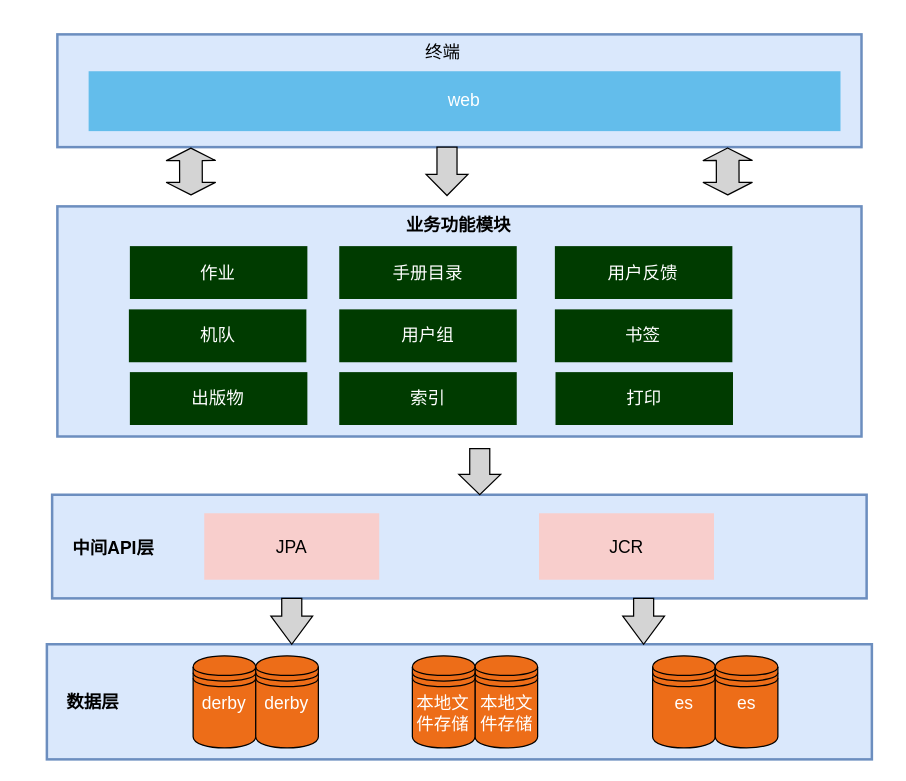
Before: 设计相关/现有系统问题.drawio in DemonHan/KuickBuy, a draw.io diagram. Source tidied: cells renumbered, new cells numbered last; positions are measured from the earlier drawing's top-left corner, leaving out a move shared by most shapes. Both pictures are drawn from the tidied source at 125%, with x=0, y=0 at pixel (46, 34).
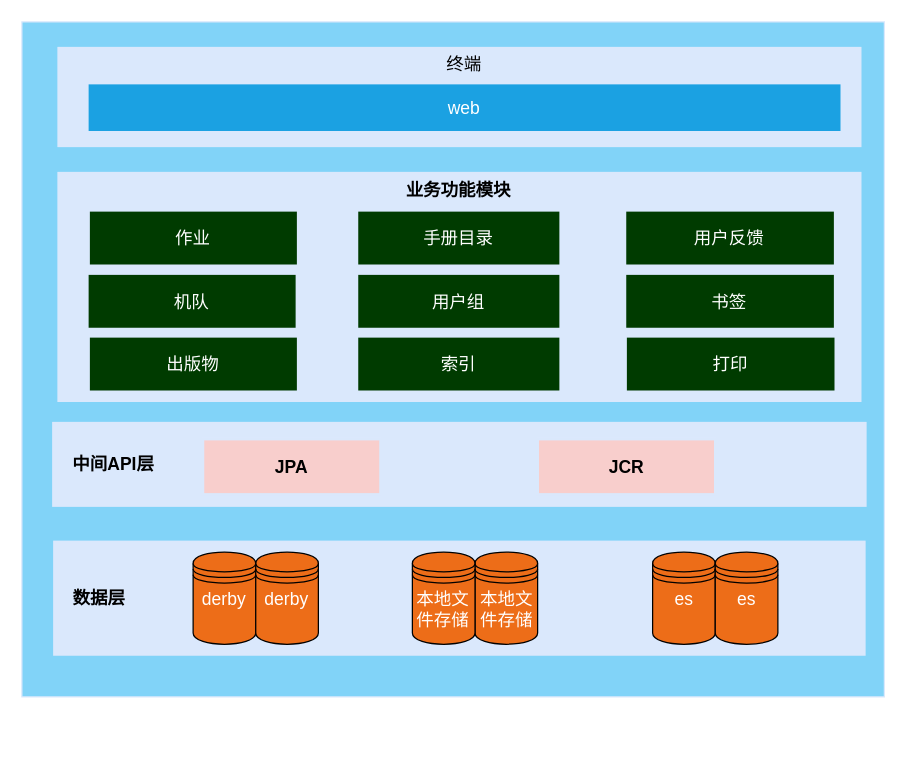
After the change.

Commit message (it also covers changes not shown here):
更新现有系统问题.drawio

Change to the diagram source:
```diff
@@
+    <mxCell id="35" style="rounded=0;whiteSpace=wrap;html=1;strokeColor=#dae8fc;fontSize=14;fillColor=#81D3F8;" parent="1" vertex="1">
+      <mxGeometry x="-20" y="-10" width="690" height="540" as="geometry" />
+    </mxCell>
-    <mxCell id="2" style="rounded=0;whiteSpace=wrap;html=1;strokeWidth=2;fillColor=#dae8fc;strokeColor=#6c8ebf;" parent="1" vertex="1">
-      <mxGeometry x="4.2" y="368.3" width="651.6" height="82.9" as="geometry" />
+    <mxCell id="2" style="rounded=0;whiteSpace=wrap;html=1;strokeWidth=2;fillColor=#dae8fc;strokeColor=none;" parent="1" vertex="1">
+      <mxGeometry x="4.2" y="310" width="651.6" height="68" as="geometry" />
     </mxCell>
-    <mxCell id="3" style="rounded=0;whiteSpace=wrap;html=1;strokeWidth=2;fillColor=#dae8fc;strokeColor=#6c8ebf;" parent="1" vertex="1">
-      <mxGeometry x="8.4" width="643.3" height="90.2" as="geometry" />
+    <mxCell id="3" style="rounded=0;whiteSpace=wrap;html=1;strokeWidth=2;fillColor=#dae8fc;strokeColor=none;" parent="1" vertex="1">
+      <mxGeometry x="8.4" y="10" width="643.3" height="80.2" as="geometry" />
     </mxCell>
-    <mxCell id="4" value="　数据层" style="rounded=0;whiteSpace=wrap;html=1;strokeWidth=2;align=left;fontSize=14;fontStyle=1;fillColor=#dae8fc;strokeColor=#6c8ebf;" parent="1" vertex="1">
-      <mxGeometry y="487.9" width="660" height="92.1" as="geometry" />
+    <mxCell id="4" value="　数据层" style="rounded=0;whiteSpace=wrap;html=1;strokeWidth=2;align=left;fontSize=14;fontStyle=1;fillColor=#dae8fc;strokeColor=none;" parent="1" vertex="1">
+      <mxGeometry x="5" y="405" width="650" height="92.1" as="geometry" />
     </mxCell>
-    <mxCell id="5" value="业务功能模块" style="rounded=0;whiteSpace=wrap;html=1;strokeWidth=2;verticalAlign=top;fontSize=14;fontStyle=1;fillColor=#dae8fc;strokeColor=#6c8ebf;" parent="1" vertex="1">
-      <mxGeometry x="8.4" y="137.6" width="643.3" height="184.1" as="geometry" />
+    <mxCell id="5" value="业务功能模块" style="rounded=0;whiteSpace=wrap;html=1;strokeWidth=2;verticalAlign=top;fontSize=14;fontStyle=1;fillColor=#dae8fc;strokeColor=none;" parent="1" vertex="1">
+      <mxGeometry x="8.4" y="110" width="643.3" height="184.1" as="geometry" />
     </mxCell>
-    <mxCell id="6" value="作业" style="rounded=0;whiteSpace=wrap;html=1;dashed=1;strokeWidth=2;fillColor=#003B00;fontSize=14;fontColor=#FFFFFF;strokeColor=none;" parent="1" vertex="1">
-      <mxGeometry x="66.4" y="169.4" width="142" height="42.3" as="geometry" />
-    </mxCell>
-    <mxCell id="7" value="机队" style="rounded=0;whiteSpace=wrap;html=1;dashed=1;strokeWidth=2;fillColor=#003B00;fontSize=14;fontColor=#FFFFFF;strokeColor=none;" parent="1" vertex="1">
-      <mxGeometry x="65.6" y="220" width="142" height="42.3" as="geometry" />
-    </mxCell>
-    <mxCell id="8" value="出版物" style="rounded=0;whiteSpace=wrap;html=1;dashed=1;strokeWidth=2;fillColor=#003B00;fontSize=14;fontColor=#FFFFFF;strokeColor=none;" parent="1" vertex="1">
-      <mxGeometry x="66.4" y="270.2" width="142" height="42.3" as="geometry" />
-    </mxCell>
-    <mxCell id="9" value="web" style="rounded=0;whiteSpace=wrap;html=1;dashed=1;strokeWidth=2;fillColor=#63BDEB;fontSize=14;fontColor=#FFFFFF;strokeColor=none;" parent="1" vertex="1">
-      <mxGeometry x="33.4" y="29.5" width="601.5" height="47.9" as="geometry" />
+    <mxCell id="9" value="web" style="rounded=0;whiteSpace=wrap;html=1;strokeWidth=2;fillColor=#1ba1e2;fontSize=14;fontColor=#ffffff;strokeColor=none;" parent="1" vertex="1">
+      <mxGeometry x="33.4" y="40" width="601.5" height="37.3" as="geometry" />
     </mxCell>
-    <mxCell id="10" value="JCR" style="rounded=0;whiteSpace=wrap;html=1;strokeWidth=2;fontSize=14;fillColor=#f8cecc;strokeColor=#dae8fc;" parent="1" vertex="1">
-      <mxGeometry x="392.7" y="382.1" width="142" height="55.2" as="geometry" />
+    <mxCell id="10" value="&lt;b&gt;JCR&lt;/b&gt;" style="rounded=0;whiteSpace=wrap;html=1;strokeWidth=2;fontSize=14;fillColor=#f8cecc;strokeColor=#dae8fc;" parent="1" vertex="1">
+      <mxGeometry x="392.7" y="323.8" width="142" height="44.2" as="geometry" />
     </mxCell>
     <mxCell id="11" style="group;" parent="1" vertex="1">
-      <mxGeometry x="292.4" y="497.1" width="100.3" height="73.7" as="geometry" />
+      <mxGeometry x="292.4" y="414.2" width="100.3" height="73.7" as="geometry" />
     </mxCell>
@@
     <mxCell id="14" style="group;" parent="1" vertex="1">
-      <mxGeometry x="117" y="497.1" width="100.3" height="73.7" as="geometry" />
+      <mxGeometry x="117" y="414.2" width="100.3" height="73.7" as="geometry" />
     </mxCell>
@@
-    <mxCell id="17" style="shape=flexArrow;endArrow=classic;startArrow=classic;html=1;fontSize=14;fontColor=#FFFFFF;width=18.13953488372093;startSize=2.988571428571429;endSize=2.988571428571429;entryX=0.166;entryY=1.003;entryDx=0;entryDy=0;entryPerimeter=0;fillColor=#D4D4D4;" parent="1" edge="1" target="3">
-      <mxGeometry relative="1" as="geometry">
-        <mxPoint x="115.3" y="128.9" as="sourcePoint" />
-      </mxGeometry>
-    </mxCell>
-    <mxCell id="18" style="shape=flexArrow;endArrow=classic;startArrow=classic;html=1;fontSize=14;fontColor=#FFFFFF;width=18.13953488372093;startSize=2.988571428571429;endSize=2.988571428571429;entryX=0.166;entryY=1.003;entryDx=0;entryDy=0;entryPerimeter=0;fillColor=#D4D4D4;" parent="1" edge="1">
-      <mxGeometry relative="1" as="geometry">
-        <mxPoint x="544.7" y="128.9" as="sourcePoint" />
-        <mxPoint x="544.6" y="90.4" as="targetPoint" />
-      </mxGeometry>
-    </mxCell>
-    <mxCell id="19" style="html=1;shadow=0;dashed=0;align=center;verticalAlign=middle;shape=mxgraph.arrows2.arrow;dy=0.52;dx=22.43;direction=south;notch=0;strokeWidth=1;fillColor=#D4D4D4;fontSize=14;fontColor=#FFFFFF;" parent="1" vertex="1">
-      <mxGeometry x="179.2" y="451.1" width="33.4" height="36.8" as="geometry" />
-    </mxCell>
-    <mxCell id="20" style="html=1;shadow=0;dashed=0;align=center;verticalAlign=middle;shape=mxgraph.arrows2.arrow;dy=0.52;dx=22.43;direction=south;notch=0;strokeWidth=1;fillColor=#D4D4D4;fontSize=14;fontColor=#FFFFFF;" parent="1" vertex="1">
-      <mxGeometry x="460.7" y="451.1" width="33.4" height="36.8" as="geometry" />
-    </mxCell>
-    <mxCell id="21" style="html=1;shadow=0;dashed=0;align=center;verticalAlign=middle;shape=mxgraph.arrows2.arrow;dy=0.52;dx=16.13;direction=south;notch=0;strokeWidth=1;fillColor=#D4D4D4;fontSize=14;fontColor=#FFFFFF;" parent="1" vertex="1">
-      <mxGeometry x="329.6" y="331.4" width="33.4" height="36.8" as="geometry" />
-    </mxCell>
-    <mxCell id="22" style="html=1;shadow=0;dashed=0;align=center;verticalAlign=middle;shape=mxgraph.arrows2.arrow;dy=0.52;dx=16.84;direction=south;notch=0;strokeWidth=1;fillColor=#D4D4D4;fontSize=14;fontColor=#FFFFFF;" parent="1" vertex="1">
-      <mxGeometry x="303.4" y="90.2" width="33.4" height="38.7" as="geometry" />
-    </mxCell>
-    <mxCell id="23" value="JPA" style="rounded=0;whiteSpace=wrap;html=1;strokeWidth=2;fontSize=14;fillColor=#f8cecc;strokeColor=#dae8fc;" parent="1" vertex="1">
-      <mxGeometry x="124.9" y="382.1" width="142" height="55.2" as="geometry" />
+    <mxCell id="23" value="&lt;b&gt;JPA&lt;/b&gt;" style="rounded=0;whiteSpace=wrap;html=1;strokeWidth=2;fontSize=14;fillColor=#f8cecc;strokeColor=#dae8fc;" parent="1" vertex="1">
+      <mxGeometry x="124.9" y="323.8" width="142" height="44.2" as="geometry" />
     </mxCell>
     <mxCell id="24" value="&lt;font style=&quot;font-size: 14px;&quot;&gt;&lt;b&gt;中间API层&lt;/b&gt;&lt;/font&gt;" style="text;html=1;align=center;verticalAlign=middle;strokeColor=none;fillColor=none;" parent="1" vertex="1">
-      <mxGeometry x="8.4" y="395.9" width="90" height="30" as="geometry" />
+      <mxGeometry x="8.4" y="329" width="90" height="30" as="geometry" />
     </mxCell>
+    <mxCell id="29" style="group;" parent="1" vertex="1">
+      <mxGeometry x="484.6" y="414.2" width="100.3" height="73.7" as="geometry" />
+    </mxCell>
+    <mxCell id="30" value="es" style="shape=datastore;whiteSpace=wrap;html=1;strokeWidth=1;fillColor=#ED6D18;fontSize=14;fontColor=#FFFFFF;verticalAlign=top;" parent="29" vertex="1">
+      <mxGeometry width="50.1" height="73.7" as="geometry" />
+    </mxCell>
+    <mxCell id="31" value="es" style="shape=datastore;whiteSpace=wrap;html=1;strokeWidth=1;fillColor=#ED6D18;fontSize=14;fontColor=#FFFFFF;verticalAlign=top;" parent="29" vertex="1">
+      <mxGeometry x="50.1" width="50.1" height="73.7" as="geometry" />
+    </mxCell>
+    <mxCell id="34" value="终端" style="text;html=1;strokeColor=none;fillColor=none;align=center;verticalAlign=middle;whiteSpace=wrap;rounded=0;fontSize=14;" parent="1" vertex="1">
+      <mxGeometry x="309.1" y="10" width="50.1" height="27.6" as="geometry" />
+    </mxCell>
+    <mxCell id="36" style="group;" parent="1" vertex="1">
+      <mxGeometry x="463.5" y="141.8" width="166.5" height="143.2" as="geometry" />
+    </mxCell>
+    <mxCell id="28" value="用户反馈" style="rounded=0;whiteSpace=wrap;html=1;dashed=1;strokeWidth=2;fillColor=#003B00;fontSize=14;fontColor=#FFFFFF;strokeColor=none;" parent="36" vertex="1">
+      <mxGeometry width="166.1" height="42.3" as="geometry" />
+    </mxCell>
+    <mxCell id="32" value="书签" style="rounded=0;whiteSpace=wrap;html=1;dashed=1;strokeWidth=2;fillColor=#003B00;fontSize=14;fontColor=#FFFFFF;strokeColor=none;" parent="36" vertex="1">
+      <mxGeometry y="50.6" width="166.1" height="42.3" as="geometry" />
+    </mxCell>
+    <mxCell id="33" value="打印" style="rounded=0;whiteSpace=wrap;html=1;dashed=1;strokeWidth=2;fillColor=#003B00;fontSize=14;fontColor=#FFFFFF;strokeColor=none;" parent="36" vertex="1">
+      <mxGeometry x="0.5" y="100.8" width="166.1" height="42.3" as="geometry" />
+    </mxCell>
+    <mxCell id="37" style="group;" parent="1" vertex="1">
+      <mxGeometry x="249.1" y="141.8" width="160.9" height="143.2" as="geometry" />
+    </mxCell>
-    <mxCell id="25" value="手册目录" style="rounded=0;whiteSpace=wrap;html=1;dashed=1;strokeWidth=2;fillColor=#003B00;fontSize=14;fontColor=#FFFFFF;strokeColor=none;" parent="1" vertex="1">
-      <mxGeometry x="233.9" y="169.4" width="142" height="42.3" as="geometry" />
+    <mxCell id="25" value="手册目录" style="rounded=0;whiteSpace=wrap;html=1;dashed=1;strokeWidth=2;fillColor=#003B00;fontSize=14;fontColor=#FFFFFF;strokeColor=none;" parent="37" vertex="1">
+      <mxGeometry width="160.9" height="42.3" as="geometry" />
     </mxCell>
-    <mxCell id="26" value="用户组" style="rounded=0;whiteSpace=wrap;html=1;dashed=1;strokeWidth=2;fillColor=#003B00;fontSize=14;fontColor=#FFFFFF;strokeColor=none;" parent="1" vertex="1">
-      <mxGeometry x="233.9" y="220" width="142" height="42.3" as="geometry" />
+    <mxCell id="26" value="用户组" style="rounded=0;whiteSpace=wrap;html=1;dashed=1;strokeWidth=2;fillColor=#003B00;fontSize=14;fontColor=#FFFFFF;strokeColor=none;" parent="37" vertex="1">
+      <mxGeometry y="50.6" width="160.9" height="42.3" as="geometry" />
     </mxCell>
-    <mxCell id="27" value="索引" style="rounded=0;whiteSpace=wrap;html=1;dashed=1;strokeWidth=2;fillColor=#003B00;fontSize=14;fontColor=#FFFFFF;strokeColor=none;" parent="1" vertex="1">
-      <mxGeometry x="233.9" y="270.2" width="142" height="42.3" as="geometry" />
+    <mxCell id="27" value="索引" style="rounded=0;whiteSpace=wrap;html=1;dashed=1;strokeWidth=2;fillColor=#003B00;fontSize=14;fontColor=#FFFFFF;strokeColor=none;" parent="37" vertex="1">
+      <mxGeometry y="100.8" width="160.9" height="42.3" as="geometry" />
     </mxCell>
-    <mxCell id="28" value="用户反馈" style="rounded=0;whiteSpace=wrap;html=1;dashed=1;strokeWidth=2;fillColor=#003B00;fontSize=14;fontColor=#FFFFFF;strokeColor=none;" parent="1" vertex="1">
-      <mxGeometry x="406.4" y="169.4" width="142" height="42.3" as="geometry" />
-    </mxCell>
-    <mxCell id="29" style="group;" parent="1" vertex="1">
-      <mxGeometry x="484.6" y="497.1" width="100.3" height="73.7" as="geometry" />
-    </mxCell>
-    <mxCell id="30" value="es" style="shape=datastore;whiteSpace=wrap;html=1;strokeWidth=1;fillColor=#ED6D18;fontSize=14;fontColor=#FFFFFF;verticalAlign=top;" parent="29" vertex="1">
-      <mxGeometry width="50.1" height="73.7" as="geometry" />
-    </mxCell>
-    <mxCell id="31" value="es" style="shape=datastore;whiteSpace=wrap;html=1;strokeWidth=1;fillColor=#ED6D18;fontSize=14;fontColor=#FFFFFF;verticalAlign=top;" parent="29" vertex="1">
-      <mxGeometry x="50.1" width="50.1" height="73.7" as="geometry" />
-    </mxCell>
-    <mxCell id="32" value="书签" style="rounded=0;whiteSpace=wrap;html=1;dashed=1;strokeWidth=2;fillColor=#003B00;fontSize=14;fontColor=#FFFFFF;strokeColor=none;" parent="1" vertex="1">
-      <mxGeometry x="406.4" y="220" width="142" height="42.3" as="geometry" />
-    </mxCell>
-    <mxCell id="33" value="打印" style="rounded=0;whiteSpace=wrap;html=1;dashed=1;strokeWidth=2;fillColor=#003B00;fontSize=14;fontColor=#FFFFFF;strokeColor=none;" parent="1" vertex="1">
-      <mxGeometry x="406.9" y="270.2" width="142" height="42.3" as="geometry" />
-    </mxCell>
-    <mxCell id="34" value="终端" style="text;html=1;strokeColor=none;fillColor=none;align=center;verticalAlign=middle;whiteSpace=wrap;rounded=0;fontSize=14;" parent="1" vertex="1">
-      <mxGeometry x="292.4" width="50.1" height="27.6" as="geometry" />
-    </mxCell>
+    <mxCell id="38" style="group;" parent="1" vertex="1">
+      <mxGeometry x="33.4" y="141.8" width="166.6" height="143.2" as="geometry" />
+    </mxCell>
+    <mxCell id="6" value="作业" style="rounded=0;whiteSpace=wrap;html=1;dashed=1;strokeWidth=2;fillColor=#003B00;fontSize=14;fontColor=#FFFFFF;strokeColor=none;" parent="38" vertex="1">
+      <mxGeometry x="1" width="165.6" height="42.3" as="geometry" />
+    </mxCell>
+    <mxCell id="7" value="机队" style="rounded=0;whiteSpace=wrap;html=1;dashed=1;strokeWidth=2;fillColor=#003B00;fontSize=14;fontColor=#FFFFFF;strokeColor=none;" parent="38" vertex="1">
+      <mxGeometry y="50.6" width="165.6" height="42.3" as="geometry" />
+    </mxCell>
+    <mxCell id="8" value="出版物" style="rounded=0;whiteSpace=wrap;html=1;dashed=1;strokeWidth=2;fillColor=#003B00;fontSize=14;fontColor=#FFFFFF;strokeColor=none;" parent="38" vertex="1">
+      <mxGeometry x="1" y="100.8" width="165.6" height="42.3" as="geometry" />
+    </mxCell>
```
